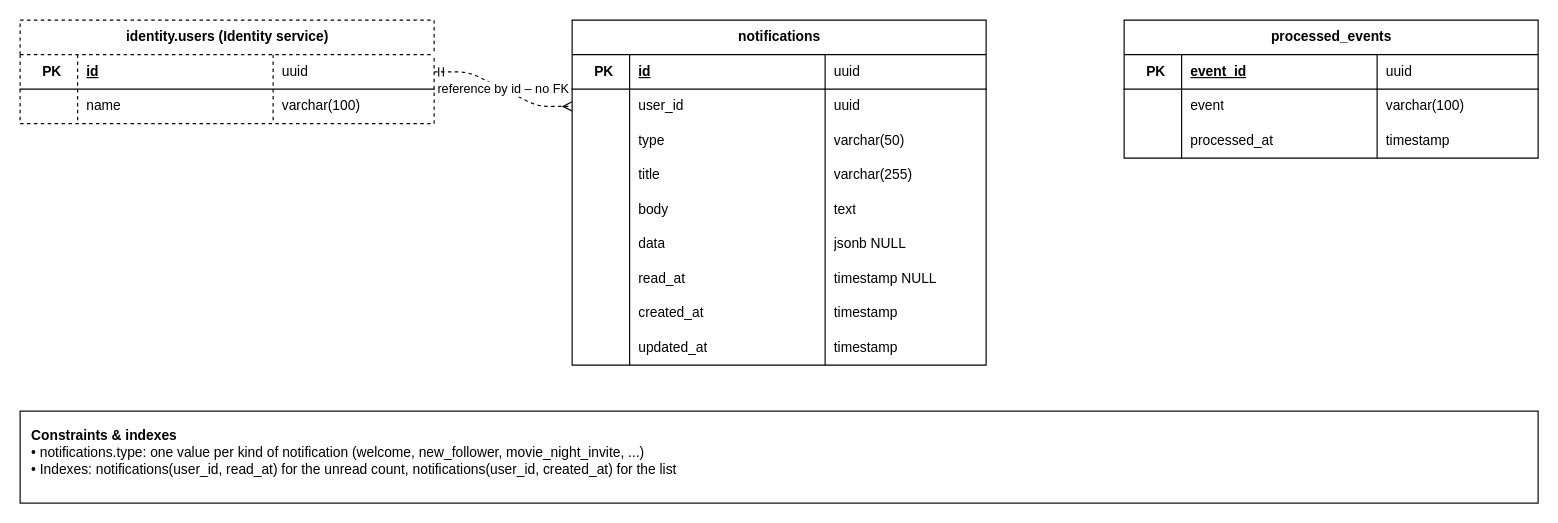
The draw.io diagram docs/erd/notification-erd.drawio in MariaMakary/MoviePlatform, before the edit. Source tidied: cells renumbered, new cells numbered last; positions are measured from the earlier drawing's top-left corner, leaving out a move shared by most shapes. Both pictures are drawn from the tidied source at 115%, with x=0, y=0 at pixel (20, 20).
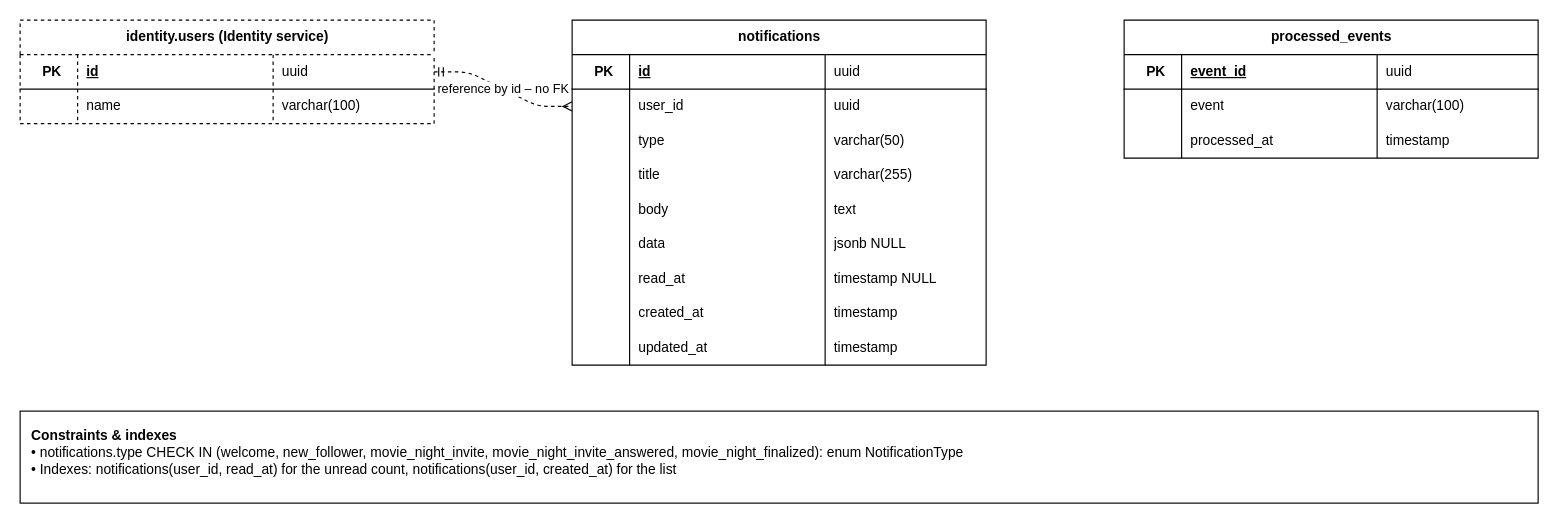
After the change.

Commit message (it also covers changes not shown here):
notification types enum

What changed in the source:
```diff
@@
-    <mxCell id="62" value="&lt;b&gt;Constraints &amp;amp; indexes&lt;/b&gt;&lt;br&gt;• notifications.type: one value per kind of notification (welcome, new_follower, movie_night_invite, ...)&lt;br&gt;• Indexes: notifications(user_id, read_at) for the unread count, notifications(user_id, created_at) for the list" style="rounded=0;whiteSpace=wrap;html=1;align=left;verticalAlign=top;spacing=10;fillColor=#FFFFFF;strokeColor=#000000;fontColor=#000000;fontFamily=Arial;fontSize=12;" parent="1" vertex="1">
+    <mxCell id="62" value="&lt;b&gt;Constraints &amp;amp; indexes&lt;/b&gt;&lt;br&gt;• notifications.type CHECK IN (welcome, new_follower, movie_night_invite, movie_night_invite_answered, movie_night_finalized): enum NotificationType&lt;br&gt;• Indexes: notifications(user_id, read_at) for the unread count, notifications(user_id, created_at) for the list" style="rounded=0;whiteSpace=wrap;html=1;align=left;verticalAlign=top;spacing=10;fillColor=#FFFFFF;strokeColor=#000000;fontColor=#000000;fontFamily=Arial;fontSize=12;" parent="1" vertex="1">
       <mxGeometry y="340" width="1320" height="80" as="geometry" />
     </mxCell>
```
